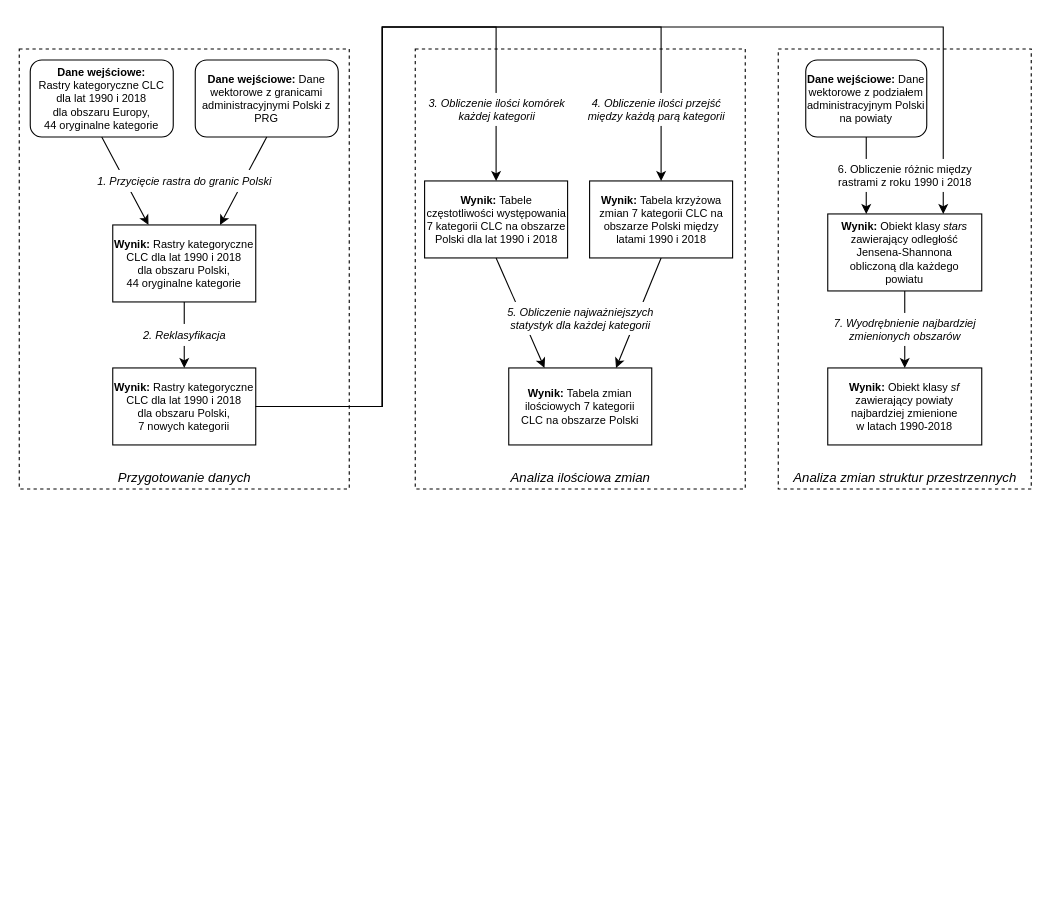
blakos1/amuthesis keeps this draw.io diagram as data/diagram.drawio. Above is the earlier version. Source tidied: cells renumbered, new cells numbered last; positions are measured from the earlier drawing's top-left corner, leaving out a move shared by most shapes. Both pictures are drawn from the tidied source at 110%, with x=0, y=0 at pixel (19, 26).
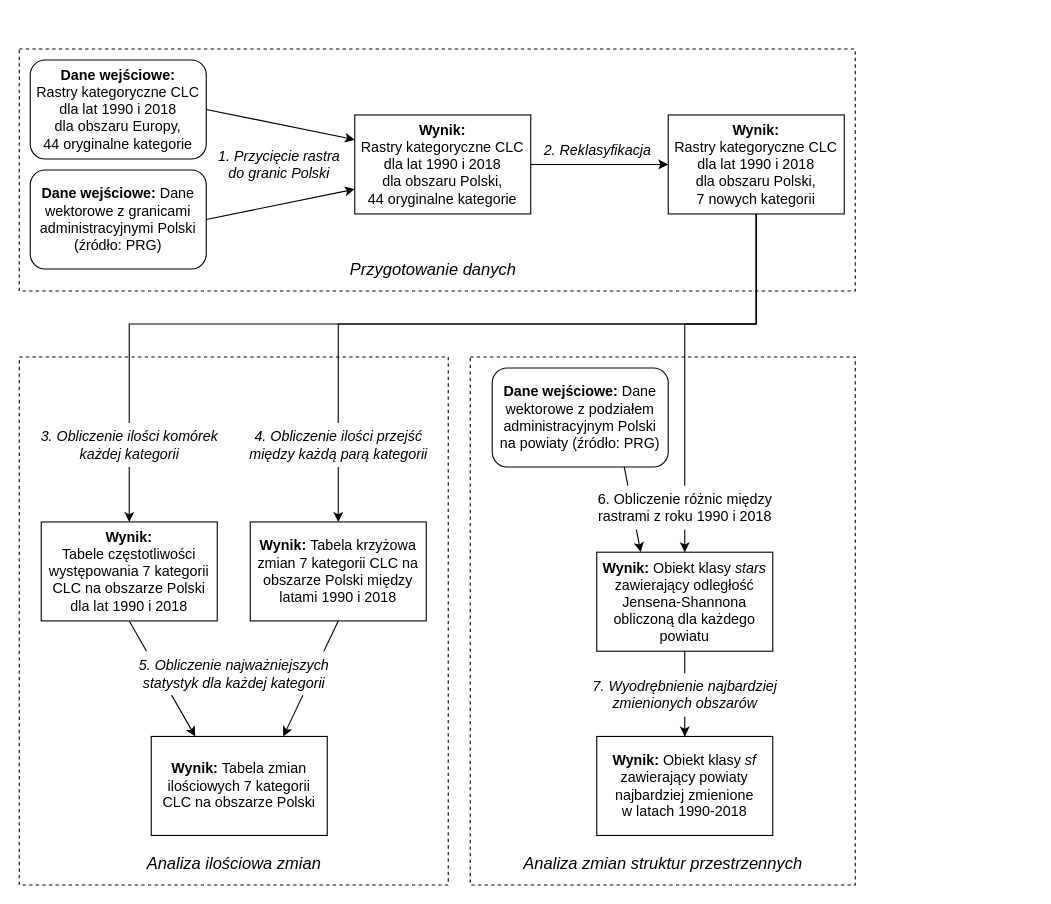
After the change.

What changed in the source:
```diff
@@
+    <mxCell id="23" style="rounded=0;whiteSpace=wrap;html=1;labelBackgroundColor=none;fillColor=none;dashed=1;fontSize=13;" parent="1" vertex="1">
+      <mxGeometry x="410" y="300" width="350" height="480" as="geometry" />
+    </mxCell>
+    <mxCell id="12" style="rounded=0;whiteSpace=wrap;html=1;labelBackgroundColor=#FFFFFF;fillColor=none;dashed=1;fontSize=13;" parent="1" vertex="1">
+      <mxGeometry y="300" width="390" height="480" as="geometry" />
+    </mxCell>
-    <mxCell id="2" style="rounded=0;whiteSpace=wrap;html=1;labelBackgroundColor=#FFFFFF;fillColor=none;dashed=1;fontSize=10;" parent="1" vertex="1">
-      <mxGeometry y="20" width="300" height="400" as="geometry" />
+    <mxCell id="2" style="rounded=0;whiteSpace=wrap;html=1;labelBackgroundColor=#FFFFFF;fillColor=none;dashed=1;fontSize=13;" parent="1" vertex="1">
+      <mxGeometry y="20" width="760" height="220" as="geometry" />
     </mxCell>
-    <mxCell id="3" value="&lt;b style=&quot;font-size: 10px&quot;&gt;Dane wejściowe:&lt;br&gt;&lt;/b&gt;Rastry kategoryczne CLC&lt;br&gt;dla lat 1990 i 2018&lt;br&gt;dla obszaru Europy,&lt;br&gt;44 oryginalne kategorie" style="rounded=1;whiteSpace=wrap;html=1;fontSize=10;" parent="1" vertex="1">
-      <mxGeometry x="10" y="30" width="130" height="70" as="geometry" />
+    <mxCell id="3" value="&lt;b style=&quot;font-size: 13px;&quot;&gt;Dane wejściowe:&lt;br style=&quot;font-size: 13px;&quot;&gt;&lt;/b&gt;Rastry kategoryczne CLC&lt;br style=&quot;font-size: 13px;&quot;&gt;dla lat 1990 i 2018&lt;br style=&quot;font-size: 13px;&quot;&gt;dla obszaru Europy,&lt;br style=&quot;font-size: 13px;&quot;&gt;44 oryginalne kategorie" style="rounded=1;whiteSpace=wrap;html=1;fontSize=13;" parent="1" vertex="1">
+      <mxGeometry x="10" y="30" width="160" height="90" as="geometry" />
     </mxCell>
-    <mxCell id="4" style="endArrow=classic;html=1;rounded=0;exitX=0.5;exitY=1;exitDx=0;exitDy=0;entryX=0.25;entryY=0;entryDx=0;entryDy=0;fontSize=10;" parent="1" edge="1" source="3" target="5">
+    <mxCell id="4" style="endArrow=classic;html=1;rounded=0;exitX=1;exitY=0.5;exitDx=0;exitDy=0;entryX=0;entryY=0.25;entryDx=0;entryDy=0;fontSize=13;" parent="1" edge="1" source="3" target="5">
       <mxGeometry relative="1" as="geometry" />
     </mxCell>
-    <mxCell id="5" value="&lt;b style=&quot;font-size: 10px&quot;&gt;Wynik:&lt;/b&gt; Rastry kategoryczne CLC dla lat 1990 i 2018&lt;br&gt;dla obszaru Polski,&lt;br&gt;44 oryginalne kategorie" style="rounded=0;whiteSpace=wrap;html=1;fontSize=10;" parent="1" vertex="1">
-      <mxGeometry x="85" y="180" width="130" height="70" as="geometry" />
-    </mxCell>
-    <mxCell id="6" value="&lt;b style=&quot;font-size: 10px&quot;&gt;Dane wejściowe:&amp;nbsp;&lt;/b&gt;Dane wektorowe z granicami administracyjnymi Polski z PRG" style="rounded=1;whiteSpace=wrap;html=1;fontSize=10;" parent="1" vertex="1">
-      <mxGeometry x="160" y="30" width="130" height="70" as="geometry" />
+    <mxCell id="6" value="&lt;b style=&quot;font-size: 13px&quot;&gt;Dane wejściowe:&amp;nbsp;&lt;/b&gt;Dane wektorowe z granicami administracyjnymi Polski (źródło: PRG)" style="rounded=1;whiteSpace=wrap;html=1;fontSize=13;" parent="1" vertex="1">
+      <mxGeometry x="10" y="130" width="160" height="90" as="geometry" />
     </mxCell>
-    <mxCell id="7" style="endArrow=classic;html=1;rounded=0;exitX=0.5;exitY=1;exitDx=0;exitDy=0;entryX=0.75;entryY=0;entryDx=0;entryDy=0;fontSize=10;" parent="1" edge="1" source="6" target="5">
+    <mxCell id="7" style="endArrow=classic;html=1;rounded=0;exitX=1;exitY=0.5;exitDx=0;exitDy=0;entryX=0;entryY=0.75;entryDx=0;entryDy=0;fontSize=13;" parent="1" edge="1" source="6" target="5">
       <mxGeometry relative="1" as="geometry" />
     </mxCell>
+    <mxCell id="22" style="edgeStyle=orthogonalEdgeStyle;rounded=0;jettySize=auto;html=1;exitX=0.5;exitY=1;exitDx=0;exitDy=0;entryX=0.5;entryY=0;entryDx=0;entryDy=0;fontSize=15;" parent="1" edge="1" source="8" target="14">
+      <mxGeometry relative="1" as="geometry">
+        <Array as="points">
+          <mxPoint x="670" y="270" />
+          <mxPoint x="100" y="270" />
+        </Array>
+      </mxGeometry>
+    </mxCell>
+    <mxCell id="28" style="edgeStyle=orthogonalEdgeStyle;rounded=0;jettySize=auto;html=1;exitX=0.5;exitY=1;exitDx=0;exitDy=0;entryX=0.5;entryY=0;entryDx=0;entryDy=0;fontSize=15;startArrow=none;" parent="1" edge="1" source="8" target="21">
+      <mxGeometry relative="1" as="geometry">
+        <Array as="points">
+          <mxPoint x="670" y="270" />
+          <mxPoint x="290" y="270" />
+        </Array>
+      </mxGeometry>
+    </mxCell>
-    <mxCell id="8" value="&lt;b style=&quot;font-size: 10px&quot;&gt;Wynik:&lt;/b&gt; Rastry kategoryczne CLC dla lat 1990 i 2018&lt;br&gt;dla obszaru Polski,&lt;br&gt;7 nowych kategorii" style="rounded=0;whiteSpace=wrap;html=1;fontSize=10;" parent="1" vertex="1">
-      <mxGeometry x="85" y="310" width="130" height="70" as="geometry" />
+    <mxCell id="8" value="&lt;b style=&quot;font-size: 13px&quot;&gt;Wynik:&lt;br&gt;&lt;/b&gt;Rastry kategoryczne CLC&lt;br&gt;dla lat 1990 i 2018&lt;br style=&quot;font-size: 13px&quot;&gt;dla obszaru Polski,&lt;br style=&quot;font-size: 13px&quot;&gt;7 nowych kategorii" style="rounded=0;whiteSpace=wrap;html=1;fontSize=13;" parent="1" vertex="1">
+      <mxGeometry x="590" y="80" width="160" height="90" as="geometry" />
     </mxCell>
-    <mxCell id="9" style="group;fontSize=10;verticalAlign=middle;" parent="1" vertex="1">
-      <mxGeometry x="70" y="270" width="160" height="20" as="geometry" />
-    </mxCell>
-    <mxCell id="10" style="endArrow=classic;html=1;rounded=0;entryX=0.5;entryY=0;entryDx=0;entryDy=0;exitX=0.5;exitY=1;exitDx=0;exitDy=0;fontSize=10;" parent="9" edge="1" source="5" target="8">
-      <mxGeometry relative="1" as="geometry" />
-    </mxCell>
-    <mxCell id="11" value="&lt;i style=&quot;font-size: 10px&quot;&gt;2. Reklasyfikacja&lt;br&gt;&lt;/i&gt;" style="text;html=1;align=center;verticalAlign=middle;strokeColor=none;fillColor=default;fontSize=10;" parent="9" vertex="1">
-      <mxGeometry x="35" width="90" height="20" as="geometry" />
-    </mxCell>
-    <mxCell id="12" style="rounded=0;whiteSpace=wrap;html=1;labelBackgroundColor=#FFFFFF;fillColor=none;dashed=1;fontSize=10;" parent="1" vertex="1">
-      <mxGeometry x="360" y="20" width="300" height="400" as="geometry" />
-    </mxCell>
-    <mxCell id="13" value="&lt;i style=&quot;font-size: 12px;&quot;&gt;Przygotowanie danych&lt;/i&gt;" style="text;html=1;align=center;verticalAlign=middle;strokeColor=none;fillColor=none;fontSize=12;" parent="1" vertex="1">
-      <mxGeometry x="80" y="400" width="140" height="20" as="geometry" />
+    <mxCell id="13" value="&lt;i style=&quot;font-size: 15px;&quot;&gt;Przygotowanie danych&lt;/i&gt;" style="text;html=1;align=center;verticalAlign=middle;strokeColor=none;fillColor=none;fontSize=15;" parent="1" vertex="1">
+      <mxGeometry x="291" y="210" width="170" height="20" as="geometry" />
     </mxCell>
-    <mxCell id="14" value="&lt;b style=&quot;font-size: 10px&quot;&gt;Wynik:&lt;/b&gt;&amp;nbsp;Tabele częstotliwości występowania 7 kategorii CLC na obszarze Polski dla lat 1990 i 2018" style="rounded=0;whiteSpace=wrap;html=1;fontSize=10;" parent="1" vertex="1">
-      <mxGeometry x="368.5" y="140" width="130" height="70" as="geometry" />
+    <mxCell id="14" value="&lt;b style=&quot;font-size: 13px&quot;&gt;Wynik:&lt;br&gt;&lt;/b&gt;Tabele częstotliwości występowania 7 kategorii CLC na obszarze Polski dla lat 1990 i 2018" style="rounded=0;whiteSpace=wrap;html=1;fontSize=13;" parent="1" vertex="1">
+      <mxGeometry x="20" y="450" width="160" height="90" as="geometry" />
     </mxCell>
-    <mxCell id="15" value="&lt;i style=&quot;font-size: 12px;&quot;&gt;Analiza ilościowa zmian&lt;br style=&quot;font-size: 12px;&quot;&gt;&lt;/i&gt;" style="text;html=1;align=center;verticalAlign=middle;strokeColor=none;fillColor=none;fontSize=12;" parent="1" vertex="1">
-      <mxGeometry x="440" y="400" width="140" height="20" as="geometry" />
+    <mxCell id="15" value="&lt;i style=&quot;font-size: 15px;&quot;&gt;Analiza ilościowa zmian&lt;br style=&quot;font-size: 15px;&quot;&gt;&lt;/i&gt;" style="text;html=1;align=center;verticalAlign=middle;strokeColor=none;fillColor=none;fontSize=15;" parent="1" vertex="1">
+      <mxGeometry x="110" y="750" width="170" height="20" as="geometry" />
     </mxCell>
-    <mxCell id="16" value="&lt;b style=&quot;font-size: 10px&quot;&gt;Wynik: &lt;/b&gt;Tabela zmian ilościowych 7 kategorii&lt;br&gt;CLC na obszarze Polski" style="rounded=0;whiteSpace=wrap;html=1;fontSize=10;" parent="1" vertex="1">
-      <mxGeometry x="445" y="310" width="130" height="70" as="geometry" />
+    <mxCell id="16" value="&lt;b style=&quot;font-size: 13px;&quot;&gt;Wynik: &lt;/b&gt;Tabela zmian ilościowych 7 kategorii&lt;br style=&quot;font-size: 13px;&quot;&gt;CLC na obszarze Polski" style="rounded=0;whiteSpace=wrap;html=1;fontSize=13;" parent="1" vertex="1">
+      <mxGeometry x="120" y="645" width="160" height="90" as="geometry" />
     </mxCell>
-    <mxCell id="17" value="&lt;i style=&quot;font-size: 10px&quot;&gt;1. Przycięcie rastra do granic Polski&lt;/i&gt;" style="text;html=1;align=center;verticalAlign=middle;strokeColor=none;fillColor=default;fontSize=10;" parent="1" vertex="1">
-      <mxGeometry x="65" y="130" width="170" height="20" as="geometry" />
+    <mxCell id="17" value="&lt;i style=&quot;font-size: 13px&quot;&gt;1. Przycięcie rastra&lt;br&gt;do granic Polski&lt;/i&gt;" style="text;html=1;align=center;verticalAlign=middle;strokeColor=none;fillColor=default;fontSize=13;" parent="1" vertex="1">
+      <mxGeometry x="171" y="105" width="130" height="40" as="geometry" />
     </mxCell>
-    <mxCell id="18" style="endArrow=classic;html=1;rounded=0;exitX=0.5;exitY=1;exitDx=0;exitDy=0;entryX=0.25;entryY=0;entryDx=0;entryDy=0;fontSize=10;" parent="1" edge="1" source="14" target="16">
+    <mxCell id="18" style="endArrow=classic;html=1;rounded=0;exitX=0.5;exitY=1;exitDx=0;exitDy=0;entryX=0.25;entryY=0;entryDx=0;entryDy=0;fontSize=13;" parent="1" edge="1" source="14" target="16">
       <mxGeometry relative="1" as="geometry" />
     </mxCell>
-    <mxCell id="19" style="endArrow=classic;html=1;rounded=0;exitX=0.5;exitY=1;exitDx=0;exitDy=0;entryX=0.75;entryY=0;entryDx=0;entryDy=0;fontSize=10;" parent="1" edge="1" source="21" target="16">
+    <mxCell id="19" style="endArrow=classic;html=1;rounded=0;exitX=0.5;exitY=1;exitDx=0;exitDy=0;entryX=0.75;entryY=0;entryDx=0;entryDy=0;fontSize=13;" parent="1" edge="1" source="21" target="16">
       <mxGeometry relative="1" as="geometry" />
     </mxCell>
-    <mxCell id="20" value="&lt;i style=&quot;font-size: 10px&quot;&gt;5. Obliczenie najważniejszych&lt;br&gt;statystyk dla każdej kategorii&lt;/i&gt;" style="text;html=1;align=center;verticalAlign=middle;strokeColor=none;fillColor=default;fontSize=10;" parent="1" vertex="1">
-      <mxGeometry x="435" y="250" width="150" height="30" as="geometry" />
+    <mxCell id="20" value="&lt;i style=&quot;font-size: 13px;&quot;&gt;5. Obliczenie najważniejszych&lt;br style=&quot;font-size: 13px;&quot;&gt;statystyk dla każdej kategorii&lt;/i&gt;" style="text;html=1;align=center;verticalAlign=middle;strokeColor=none;fillColor=default;fontSize=13;" parent="1" vertex="1">
+      <mxGeometry x="100" y="567.5" width="190" height="40" as="geometry" />
     </mxCell>
-    <mxCell id="21" value="&lt;b style=&quot;font-size: 10px&quot;&gt;Wynik:&lt;/b&gt;&amp;nbsp;Tabela krzyżowa zmian 7 kategorii CLC na obszarze Polski między latami 1990 i 2018" style="rounded=0;whiteSpace=wrap;html=1;fontSize=10;" parent="1" vertex="1">
-      <mxGeometry x="518.5" y="140" width="130" height="70" as="geometry" />
+    <mxCell id="21" value="&lt;b style=&quot;font-size: 13px&quot;&gt;Wynik:&amp;nbsp;&lt;/b&gt;Tabela krzyżowa zmian 7 kategorii CLC na obszarze Polski między latami 1990 i 2018" style="rounded=0;whiteSpace=wrap;html=1;fontSize=13;" parent="1" vertex="1">
+      <mxGeometry x="210" y="450" width="160" height="90" as="geometry" />
     </mxCell>
-    <mxCell id="22" style="edgeStyle=orthogonalEdgeStyle;rounded=0;jettySize=auto;html=1;exitX=1;exitY=0.5;exitDx=0;exitDy=0;fontSize=10;entryX=0.5;entryY=0;entryDx=0;entryDy=0;" parent="1" edge="1" source="8" target="14">
-      <mxGeometry relative="1" as="geometry">
-        <Array as="points">
-          <mxPoint x="330" y="345" />
-          <mxPoint x="330" />
-          <mxPoint x="434" />
-        </Array>
-      </mxGeometry>
-    </mxCell>
-    <mxCell id="23" style="rounded=0;whiteSpace=wrap;html=1;labelBackgroundColor=#FFFFFF;fillColor=none;dashed=1;fontSize=10;" parent="1" vertex="1">
-      <mxGeometry x="690" y="20" width="230" height="400" as="geometry" />
-    </mxCell>
-    <mxCell id="24" value="&lt;i style=&quot;font-size: 12px&quot;&gt;Analiza zmian struktur przestrzennych&lt;br style=&quot;font-size: 12px&quot;&gt;&lt;/i&gt;" style="text;html=1;align=center;verticalAlign=middle;strokeColor=none;fillColor=none;fontSize=12;" parent="1" vertex="1">
-      <mxGeometry x="695" y="400" width="220" height="20" as="geometry" />
+    <mxCell id="24" value="&lt;i style=&quot;font-size: 15px;&quot;&gt;Analiza zmian struktur przestrzennych&lt;br style=&quot;font-size: 15px;&quot;&gt;&lt;/i&gt;" style="text;html=1;align=center;verticalAlign=middle;strokeColor=none;fillColor=none;fontSize=15;" parent="1" vertex="1">
+      <mxGeometry x="450" y="750" width="270" height="20" as="geometry" />
     </mxCell>
-    <mxCell id="25" style="edgeStyle=orthogonalEdgeStyle;rounded=0;jettySize=auto;html=1;entryX=0.5;entryY=0;entryDx=0;entryDy=0;fontSize=10;" parent="1" edge="1" source="26" target="33">
+    <mxCell id="25" style="edgeStyle=orthogonalEdgeStyle;rounded=0;jettySize=auto;html=1;entryX=0.5;entryY=0;entryDx=0;entryDy=0;fontSize=13;startArrow=none;" parent="1" edge="1" source="34" target="33">
       <mxGeometry relative="1" as="geometry" />
     </mxCell>
-    <mxCell id="26" value="&lt;b style=&quot;font-size: 10px&quot;&gt;Wynik:&amp;nbsp;&lt;/b&gt;Obiekt klasy&amp;nbsp;&lt;i&gt;stars&lt;br&gt;&lt;/i&gt;zawierający odległość Jensena-Shannona obliczoną&lt;span style=&quot;font-size: 10px&quot;&gt;&amp;nbsp;dla każdego&lt;br&gt;powiatu&lt;/span&gt;" style="rounded=0;whiteSpace=wrap;html=1;fontSize=10;" parent="1" vertex="1">
-      <mxGeometry x="735" y="170" width="140" height="70" as="geometry" />
+    <mxCell id="26" value="&lt;b style=&quot;font-size: 13px;&quot;&gt;Wynik:&amp;nbsp;&lt;/b&gt;Obiekt klasy&amp;nbsp;&lt;i style=&quot;font-size: 13px;&quot;&gt;stars&lt;br style=&quot;font-size: 13px;&quot;&gt;&lt;/i&gt;zawierający odległość Jensena-Shannona obliczoną&lt;span style=&quot;font-size: 13px;&quot;&gt;&amp;nbsp;dla każdego&lt;br style=&quot;font-size: 13px;&quot;&gt;powiatu&lt;/span&gt;" style="rounded=0;whiteSpace=wrap;html=1;fontSize=13;" parent="1" vertex="1">
+      <mxGeometry x="525" y="477.5" width="160" height="90" as="geometry" />
     </mxCell>
-    <mxCell id="27" value="&lt;i style=&quot;font-size: 10px&quot;&gt;3. Obliczenie ilości komórek&lt;br style=&quot;font-size: 10px&quot;&gt;każdej kategorii&lt;/i&gt;" style="text;html=1;align=center;verticalAlign=middle;strokeColor=none;fillColor=default;rotation=0;fontSize=10;" parent="1" vertex="1">
-      <mxGeometry x="363.5" y="60" width="140" height="30" as="geometry" />
+    <mxCell id="27" value="&lt;i style=&quot;font-size: 13px;&quot;&gt;3. Obliczenie ilości komórek&lt;br style=&quot;font-size: 13px;&quot;&gt;każdej kategorii&lt;/i&gt;" style="text;html=1;align=center;verticalAlign=middle;strokeColor=none;fillColor=default;rotation=0;fontSize=13;" parent="1" vertex="1">
+      <mxGeometry x="10" y="360" width="180" height="40" as="geometry" />
     </mxCell>
-    <mxCell id="28" style="edgeStyle=orthogonalEdgeStyle;rounded=0;jettySize=auto;html=1;fontSize=10;entryX=0.5;entryY=0;entryDx=0;entryDy=0;exitX=1;exitY=0.5;exitDx=0;exitDy=0;" parent="1" edge="1" source="8" target="21">
-      <mxGeometry relative="1" as="geometry">
-        <Array as="points">
-          <mxPoint x="330" y="345" />
-          <mxPoint x="330" />
-          <mxPoint x="584" />
-        </Array>
-      </mxGeometry>
-    </mxCell>
-    <mxCell id="29" value="&lt;i style=&quot;font-size: 10px&quot;&gt;4. Obliczenie ilości przejść&lt;br style=&quot;font-size: 10px&quot;&gt;między każdą parą kategorii&lt;/i&gt;" style="text;html=1;align=center;verticalAlign=middle;strokeColor=none;fillColor=default;rotation=0;fontSize=10;" parent="1" vertex="1">
-      <mxGeometry x="508.5" y="60" width="140" height="30" as="geometry" />
-    </mxCell>
-    <mxCell id="30" value="&lt;b style=&quot;font-size: 10px&quot;&gt;Dane wejściowe:&amp;nbsp;&lt;/b&gt;Dane wektorowe z podziałem administracyjnym Polski na powiaty" style="rounded=1;whiteSpace=wrap;html=1;fontSize=10;" parent="1" vertex="1">
-      <mxGeometry x="715" y="30" width="110" height="70" as="geometry" />
+    <mxCell id="30" value="&lt;b style=&quot;font-size: 13px&quot;&gt;Dane wejściowe:&amp;nbsp;&lt;/b&gt;Dane wektorowe z podziałem administracyjnym Polski&lt;br&gt;na powiaty (źródło: PRG)" style="rounded=1;whiteSpace=wrap;html=1;fontSize=13;" parent="1" vertex="1">
+      <mxGeometry x="430" y="310" width="160" height="90" as="geometry" />
     </mxCell>
+    <mxCell id="33" value="&lt;b style=&quot;font-size: 13px;&quot;&gt;Wynik: &lt;/b&gt;&lt;span style=&quot;font-size: 13px;&quot;&gt;Obiekt klasy &lt;i style=&quot;font-size: 13px;&quot;&gt;sf&lt;/i&gt;&lt;br style=&quot;font-size: 13px;&quot;&gt;zawierający powiaty najbardziej zmienione&lt;br style=&quot;font-size: 13px;&quot;&gt;w latach 1990-2018&lt;/span&gt;" style="rounded=0;whiteSpace=wrap;html=1;fontSize=13;" parent="1" vertex="1">
+      <mxGeometry x="525" y="645" width="160" height="90" as="geometry" />
+    </mxCell>
+    <mxCell id="10" style="edgeStyle=orthogonalEdgeStyle;rounded=0;jettySize=auto;html=1;entryX=0;entryY=0.5;entryDx=0;entryDy=0;fontSize=13;" parent="1" edge="1" source="5" target="8">
+      <mxGeometry relative="1" as="geometry" />
+    </mxCell>
+    <mxCell id="5" value="&lt;b style=&quot;font-size: 13px&quot;&gt;Wynik:&lt;br&gt;&lt;/b&gt;Rastry kategoryczne CLC&lt;br&gt;dla lat 1990 i 2018&lt;br style=&quot;font-size: 13px&quot;&gt;dla obszaru Polski,&lt;br style=&quot;font-size: 13px&quot;&gt;44 oryginalne kategorie" style="rounded=0;whiteSpace=wrap;html=1;fontSize=13;" parent="1" vertex="1">
+      <mxGeometry x="305" y="80" width="160" height="90" as="geometry" />
+    </mxCell>
+    <mxCell id="11" value="&lt;i&gt;2. Reklasyfikacja&lt;/i&gt;" style="text;html=1;strokeColor=none;fillColor=none;align=center;verticalAlign=middle;whiteSpace=wrap;rounded=0;fontSize=13;" parent="1" vertex="1">
+      <mxGeometry x="476" y="97" width="100" height="30" as="geometry" />
+    </mxCell>
+    <mxCell id="34" value="&lt;i style=&quot;font-size: 13px;&quot;&gt;7. Wyodrębnienie najbardziej&lt;br style=&quot;font-size: 13px;&quot;&gt;zmienionych obszarów&lt;/i&gt;" style="text;html=1;align=center;verticalAlign=middle;points=[];strokeColor=none;fillColor=default;fontSize=13;" parent="1" vertex="1">
+      <mxGeometry x="515" y="587" width="180" height="40" as="geometry" />
+    </mxCell>
+    <mxCell id="36" style="edgeStyle=orthogonalEdgeStyle;rounded=0;jettySize=auto;html=1;entryX=0.5;entryY=0;entryDx=0;entryDy=0;fontSize=13;endArrow=none;" parent="1" edge="1" source="26" target="34">
+      <mxGeometry relative="1" as="geometry" />
+    </mxCell>
-    <mxCell id="31" style="edgeStyle=orthogonalEdgeStyle;rounded=0;jettySize=auto;html=1;fontSize=10;entryX=0.75;entryY=0;entryDx=0;entryDy=0;exitX=1;exitY=0.5;exitDx=0;exitDy=0;" parent="1" edge="1" source="8" target="26">
+    <mxCell id="31" style="edgeStyle=orthogonalEdgeStyle;rounded=0;jettySize=auto;html=1;exitX=0.5;exitY=1;exitDx=0;exitDy=0;entryX=0.5;entryY=0;entryDx=0;entryDy=0;fontSize=15;" parent="1" edge="1" source="8" target="26">
       <mxGeometry relative="1" as="geometry">
         <Array as="points">
-          <mxPoint x="330" y="345" />
-          <mxPoint x="330" />
-          <mxPoint x="840" />
+          <mxPoint x="670" y="270" />
+          <mxPoint x="605" y="270" />
         </Array>
       </mxGeometry>
     </mxCell>
-    <mxCell id="32" style="edgeStyle=orthogonalEdgeStyle;rounded=0;jettySize=auto;html=1;fontSize=10;entryX=0.25;entryY=0;entryDx=0;entryDy=0;exitX=0.5;exitY=1;exitDx=0;exitDy=0;" parent="1" edge="1" source="30" target="26">
-      <mxGeometry relative="1" as="geometry">
-        <Array as="points">
-          <mxPoint x="770" y="130" />
-          <mxPoint x="770" y="130" />
-        </Array>
-      </mxGeometry>
+    <mxCell id="32" style="endArrow=classic;html=1;rounded=0;fontSize=15;entryX=0.25;entryY=0;entryDx=0;entryDy=0;exitX=0.75;exitY=1;exitDx=0;exitDy=0;" parent="1" edge="1" source="30" target="26">
+      <mxGeometry relative="1" as="geometry" />
     </mxCell>
-    <mxCell id="33" value="&lt;b style=&quot;font-size: 10px&quot;&gt;Wynik: &lt;/b&gt;&lt;span style=&quot;font-size: 10px&quot;&gt;Obiekt klasy &lt;i&gt;sf&lt;/i&gt;&lt;br&gt;zawierający powiaty najbardziej zmienione&lt;br&gt;w latach 1990-2018&lt;/span&gt;" style="rounded=0;whiteSpace=wrap;html=1;fontSize=10;" parent="1" vertex="1">
-      <mxGeometry x="735" y="310" width="140" height="70" as="geometry" />
-    </mxCell>
-    <mxCell id="34" value="&lt;i&gt;7. Wyodrębnienie najbardziej&lt;br&gt;zmienionych obszarów&lt;/i&gt;" style="text;html=1;align=center;verticalAlign=middle;points=[];strokeColor=none;fillColor=default;fontSize=10;" parent="1" vertex="1">
-      <mxGeometry x="735" y="260" width="140" height="30" as="geometry" />
-    </mxCell>
-    <mxCell id="35" value="6. Obliczenie różnic między&lt;br&gt;rastrami z roku 1990 i 2018" style="text;html=1;align=center;verticalAlign=middle;strokeColor=none;fillColor=default;fontSize=10;" parent="1" vertex="1">
-      <mxGeometry x="735" y="120" width="140" height="30" as="geometry" />
+    <mxCell id="35" value="6. Obliczenie różnic między&lt;br style=&quot;font-size: 13px;&quot;&gt;rastrami z roku 1990 i 2018" style="text;html=1;align=center;verticalAlign=middle;strokeColor=none;fillColor=default;fontSize=13;" parent="1" vertex="1">
+      <mxGeometry x="520" y="417" width="170" height="40" as="geometry" />
     </mxCell>
+    <mxCell id="29" value="&lt;i style=&quot;font-size: 13px;&quot;&gt;4. Obliczenie ilości przejść&lt;br style=&quot;font-size: 13px;&quot;&gt;między każdą parą kategorii&lt;/i&gt;" style="text;html=1;align=center;verticalAlign=middle;strokeColor=none;fillColor=default;rotation=0;fontSize=13;" parent="1" vertex="1">
+      <mxGeometry x="200" y="360" width="180" height="40" as="geometry" />
+    </mxCell>
```
